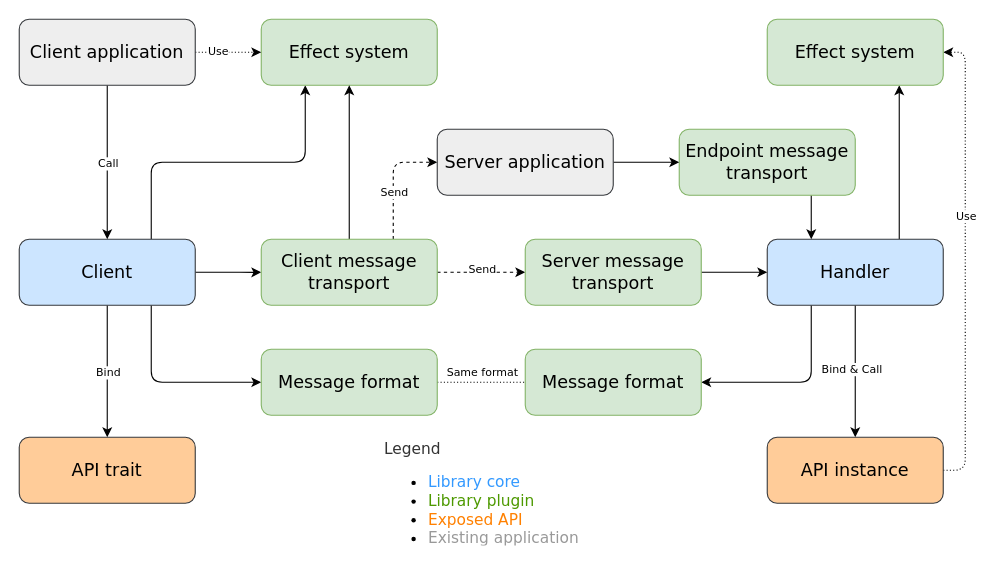
martin-ockajak/automorph keeps this draw.io diagram as doc/diagrams/architecture.drawio. Above is the earlier version. Source tidied: cells renumbered, new cells numbered last; positions are measured from the earlier drawing's top-left corner, leaving out a move shared by most shapes. Both pictures are drawn from the tidied source at 110%, with x=0, y=0 at pixel (19, 19).
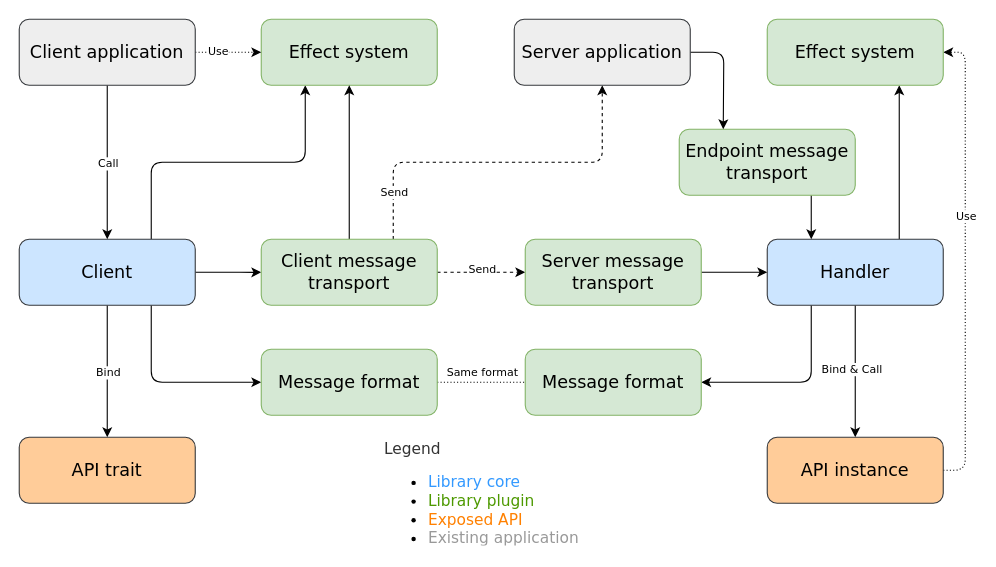
After the change.

Unchanged cells that the change refers to:
```xml
<mxCell id="20" value="&lt;font style=&quot;font-size: 16px&quot;&gt;Client message transport&lt;/font&gt;" style="rounded=1;whiteSpace=wrap;html=1;fillColor=#d5e8d4;strokeColor=#82b366;fontFamily=Verdana;fontSize=16;" parent="1" vertex="1">
  <mxGeometry x="220" y="200" width="160" height="60" as="geometry" />
</mxCell>
<mxCell id="24" value="&lt;font style=&quot;font-size: 16px&quot;&gt;Endpoint message transport&lt;/font&gt;" style="rounded=1;whiteSpace=wrap;html=1;fillColor=#d5e8d4;strokeColor=#82b366;fontFamily=Verdana;fontSize=16;" parent="1" vertex="1">
  <mxGeometry x="600" y="100" width="160" height="60" as="geometry" />
</mxCell>
```

What changed in the source:
```diff
@@
-    <mxCell id="18" style="edgeStyle=orthogonalEdgeStyle;rounded=1;jettySize=auto;html=1;exitX=0.75;exitY=0;exitDx=0;exitDy=0;fontFamily=Verdana;fontSize=16;dashed=1;entryX=0;entryY=0.5;entryDx=0;entryDy=0;" parent="1" edge="1" source="20" target="29">
+    <mxCell id="18" style="edgeStyle=orthogonalEdgeStyle;rounded=1;jettySize=auto;html=1;exitX=0.75;exitY=0;exitDx=0;exitDy=0;fontFamily=Verdana;fontSize=16;dashed=1;entryX=0.5;entryY=1;entryDx=0;entryDy=0;" parent="1" edge="1" source="20" target="29">
       <mxGeometry relative="1" as="geometry">
         <Array as="points">
           <mxPoint x="340" y="130" />
+          <mxPoint x="530" y="130" />
         </Array>
       </mxGeometry>
     </mxCell>
@@
-    <mxCell id="28" style="edgeStyle=orthogonalEdgeStyle;rounded=1;jettySize=auto;html=1;exitX=1;exitY=0.5;exitDx=0;exitDy=0;entryX=0;entryY=0.5;entryDx=0;entryDy=0;fontFamily=Verdana;fontSize=16;strokeColor=#000000;" parent="1" edge="1" source="29" target="24">
-      <mxGeometry relative="1" as="geometry" />
+    <mxCell id="28" style="edgeStyle=orthogonalEdgeStyle;rounded=1;jettySize=auto;html=1;exitX=1;exitY=0.5;exitDx=0;exitDy=0;fontFamily=Verdana;fontSize=16;strokeColor=#000000;" parent="1" edge="1" source="29">
+      <mxGeometry relative="1" as="geometry">
+        <mxPoint x="640" y="100" as="targetPoint" />
+      </mxGeometry>
     </mxCell>
     <mxCell id="29" value="&lt;font style=&quot;font-size: 16px&quot;&gt;Server application&lt;/font&gt;" style="rounded=1;whiteSpace=wrap;html=1;fillColor=#eeeeee;strokeColor=#36393d;fontFamily=Verdana;fontSize=16;" parent="1" vertex="1">
-      <mxGeometry x="380" y="100" width="160" height="60" as="geometry" />
+      <mxGeometry x="450" width="160" height="60" as="geometry" />
     </mxCell>
```
